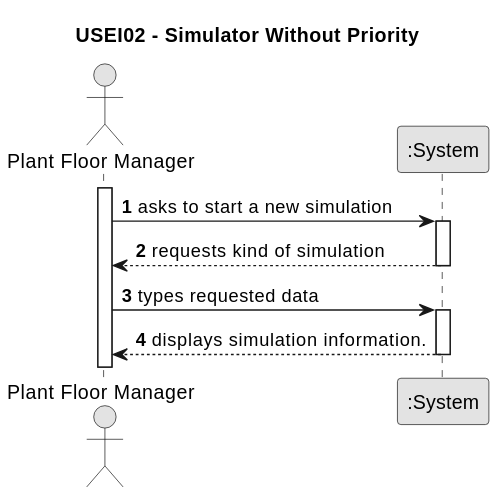
Earlier version of the PlantUML export documentation/sprint1/ESINF/usei02/01.requirements-engineering/svg/us002-system-sequence-diagram.svg (JorgeUbaldoR/sem3-25-pi-2024_25-G131).
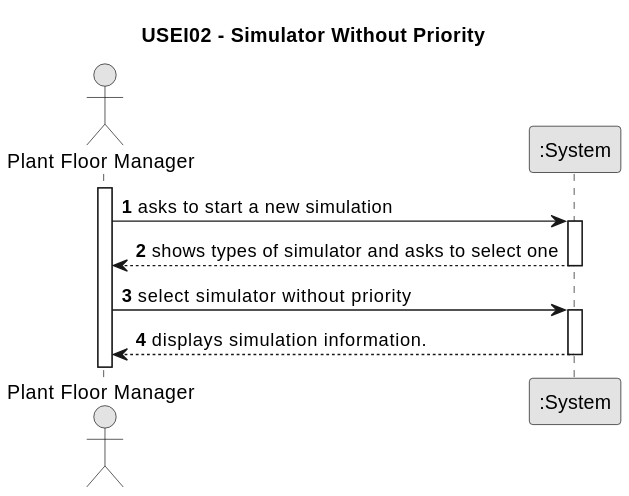
After the commit.

Change to the diagram source:
```diff
@@ -15,10 +15,10 @@
     PFM -> System : asks to start a new simulation
     activate System
 
-    System --> PFM : requests kind of simulation
+    System --> PFM : shows types of simulator and asks to select one
     deactivate System
 
-    PFM -> System : types requested data
+    PFM -> System : select simulator without priority
     activate System
 
     System --> PFM : displays simulation information.
```
